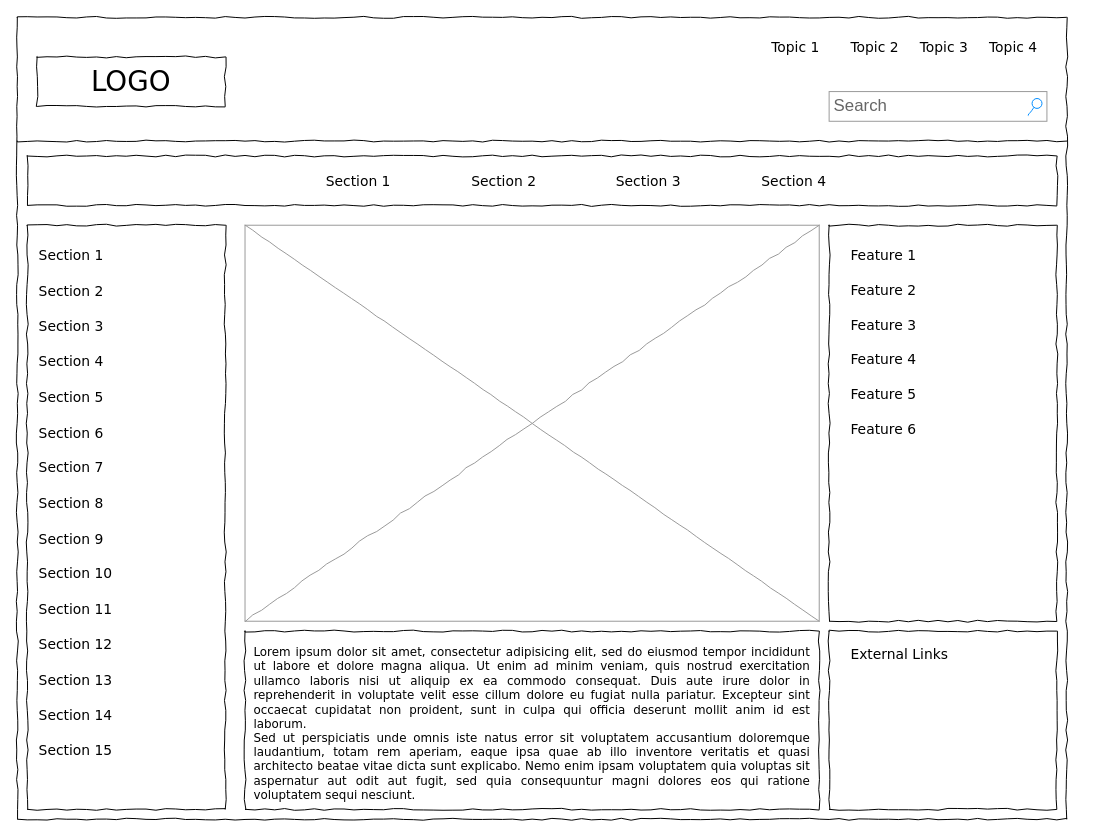
mattwatts36/drawings keeps this draw.io diagram as Untitled Diagram.drawio. Above is the earlier version. Source tidied: cells renumbered, new cells numbered last; positions are measured from the earlier drawing's top-left corner, leaving out a move shared by most shapes. Both pictures are drawn from the tidied source at 99%, with x=0, y=0 at pixel (17, 17).
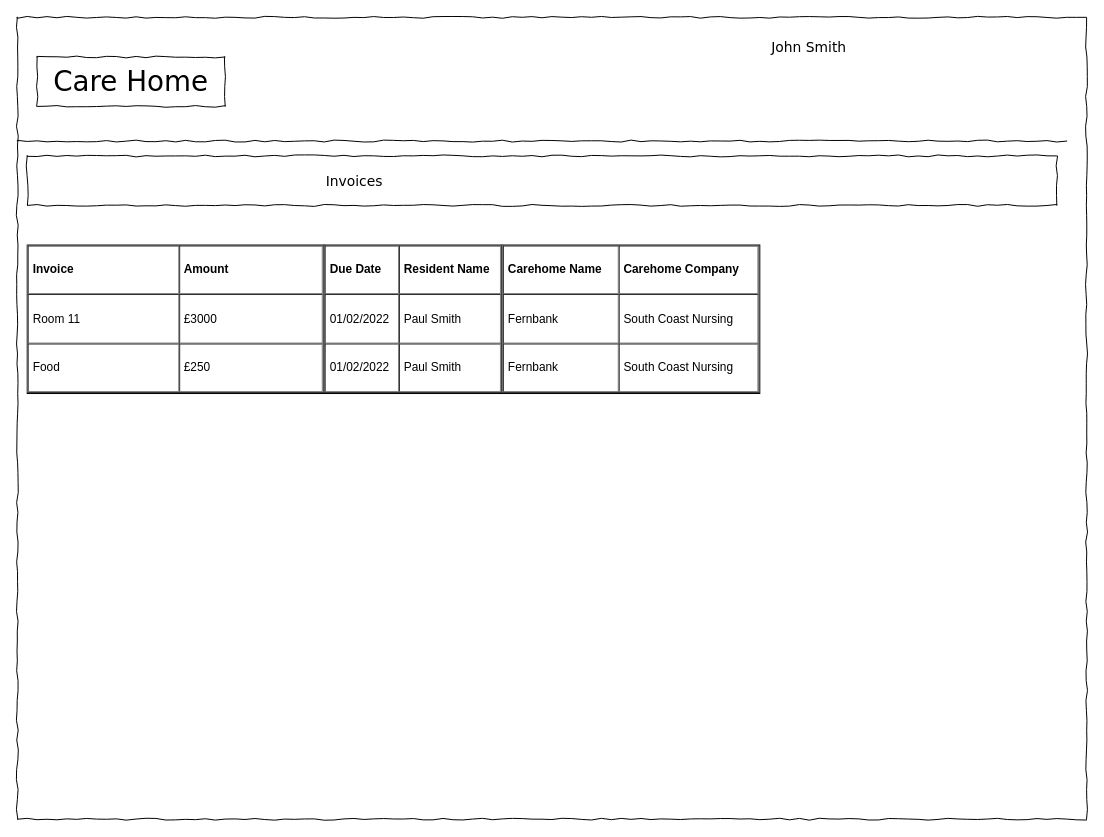
Above is the later version.

Commit message:
Demo Screen for invoices

Diff of the diagram source:
```diff
@@
     <mxCell id="2" style="whiteSpace=wrap;html=1;rounded=0;shadow=0;labelBackgroundColor=none;strokeColor=#000000;strokeWidth=1;fillColor=none;fontFamily=Verdana;fontSize=12;fontColor=#000000;align=center;comic=1;" parent="1" vertex="1">
-      <mxGeometry width="1060" height="810" as="geometry" />
+      <mxGeometry width="1080" height="810" as="geometry" />
     </mxCell>
-    <mxCell id="3" value="LOGO" style="whiteSpace=wrap;html=1;rounded=0;shadow=0;labelBackgroundColor=none;strokeWidth=1;fontFamily=Verdana;fontSize=28;align=center;comic=1;" parent="1" vertex="1">
+    <mxCell id="3" value="Care Home" style="whiteSpace=wrap;html=1;rounded=0;shadow=0;labelBackgroundColor=none;strokeWidth=1;fontFamily=Verdana;fontSize=28;align=center;comic=1;" parent="1" vertex="1">
       <mxGeometry x="20" y="40" width="190" height="50" as="geometry" />
     </mxCell>
-    <mxCell id="4" value="Search" style="strokeWidth=1;shadow=0;dashed=0;align=center;html=1;shape=mxgraph.mockup.forms.searchBox;strokeColor=#999999;mainText=;strokeColor2=#008cff;fontColor=#666666;fontSize=17;align=left;spacingLeft=3;rounded=0;labelBackgroundColor=none;comic=1;" parent="1" vertex="1">
-      <mxGeometry x="820" y="75" width="220" height="30" as="geometry" />
-    </mxCell>
-    <mxCell id="5" value="Topic 1" style="text;html=1;align=left;verticalAlign=top;spacingTop=-4;fontSize=14;fontFamily=Verdana;" parent="1" vertex="1">
+    <mxCell id="5" value="John Smith" style="text;html=1;align=left;verticalAlign=top;spacingTop=-4;fontSize=14;fontFamily=Verdana;" parent="1" vertex="1">
       <mxGeometry x="760" y="20" width="60" height="20" as="geometry" />
     </mxCell>
-    <mxCell id="6" value="Topic 2" style="text;html=1;align=left;verticalAlign=top;spacingTop=-4;fontSize=14;fontFamily=Verdana;" parent="1" vertex="1">
-      <mxGeometry x="840" y="20" width="60" height="20" as="geometry" />
-    </mxCell>
-    <mxCell id="7" value="Topic 3" style="text;html=1;align=left;verticalAlign=top;spacingTop=-4;fontSize=14;fontFamily=Verdana;" parent="1" vertex="1">
-      <mxGeometry x="910" y="20" width="60" height="20" as="geometry" />
-    </mxCell>
-    <mxCell id="8" value="Topic 4" style="text;html=1;align=left;verticalAlign=top;spacingTop=-4;fontSize=14;fontFamily=Verdana;" parent="1" vertex="1">
-      <mxGeometry x="980" y="20" width="60" height="20" as="geometry" />
-    </mxCell>
-    <mxCell id="9" style="whiteSpace=wrap;html=1;rounded=0;shadow=0;labelBackgroundColor=none;strokeWidth=1;fillColor=none;fontFamily=Verdana;fontSize=12;align=center;comic=1;" parent="1" vertex="1">
-      <mxGeometry x="10" y="210" width="200" height="590" as="geometry" />
-    </mxCell>
@@
-    <mxCell id="12" value="Section 1" style="text;html=1;align=left;verticalAlign=top;spacingTop=-4;fontSize=14;fontFamily=Verdana;" parent="1" vertex="1">
+    <mxCell id="12" value="Invoices" style="text;html=1;align=left;verticalAlign=top;spacingTop=-4;fontSize=14;fontFamily=Verdana;" parent="1" vertex="1">
       <mxGeometry x="310" y="155" width="60" height="20" as="geometry" />
     </mxCell>
-    <mxCell id="13" value="Section 2" style="text;html=1;align=left;verticalAlign=top;spacingTop=-4;fontSize=14;fontFamily=Verdana;" parent="1" vertex="1">
-      <mxGeometry x="457" y="155" width="60" height="20" as="geometry" />
-    </mxCell>
-    <mxCell id="14" value="Section 3" style="text;html=1;align=left;verticalAlign=top;spacingTop=-4;fontSize=14;fontFamily=Verdana;" parent="1" vertex="1">
-      <mxGeometry x="603" y="155" width="60" height="20" as="geometry" />
-    </mxCell>
-    <mxCell id="15" value="Section 4" style="text;html=1;align=left;verticalAlign=top;spacingTop=-4;fontSize=14;fontFamily=Verdana;" parent="1" vertex="1">
-      <mxGeometry x="750" y="155" width="60" height="20" as="geometry" />
-    </mxCell>
-    <mxCell id="16" value="&lt;div style=&quot;text-align: justify&quot;&gt;&lt;span&gt;Lorem ipsum dolor sit amet, consectetur adipisicing elit, sed do eiusmod tempor incididunt ut labore et dolore magna aliqua. Ut enim ad minim veniam, quis nostrud exercitation ullamco laboris nisi ut aliquip ex ea commodo consequat. Duis aute irure dolor in reprehenderit in voluptate velit esse cillum dolore eu fugiat nulla pariatur. Excepteur sint occaecat cupidatat non proident, sunt in culpa qui officia deserunt mollit anim id est laborum.&lt;/span&gt;&lt;/div&gt;&lt;div style=&quot;text-align: justify&quot;&gt;&lt;span&gt;Sed ut perspiciatis unde omnis iste natus error sit voluptatem accusantium doloremque laudantium, totam rem aperiam, eaque ipsa quae ab illo inventore veritatis et quasi architecto beatae vitae dicta sunt explicabo. Nemo enim ipsam voluptatem quia voluptas sit aspernatur aut odit aut fugit, sed quia consequuntur magni dolores eos qui ratione voluptatem sequi nesciunt.&amp;nbsp;&lt;/span&gt;&lt;/div&gt;" style="whiteSpace=wrap;html=1;rounded=0;shadow=0;labelBackgroundColor=none;strokeWidth=1;fillColor=none;fontFamily=Verdana;fontSize=12;align=center;verticalAlign=top;spacing=10;comic=1;" parent="1" vertex="1">
-      <mxGeometry x="230" y="620" width="580" height="180" as="geometry" />
-    </mxCell>
-    <mxCell id="17" style="verticalLabelPosition=bottom;shadow=0;dashed=0;align=center;html=1;verticalAlign=top;strokeWidth=1;shape=mxgraph.mockup.graphics.simpleIcon;strokeColor=#999999;rounded=0;labelBackgroundColor=none;fontFamily=Verdana;fontSize=14;fontColor=#000000;comic=1;" parent="1" vertex="1">
-      <mxGeometry x="230" y="210" width="580" height="400" as="geometry" />
-    </mxCell>
-    <mxCell id="18" style="whiteSpace=wrap;html=1;rounded=0;shadow=0;labelBackgroundColor=none;strokeWidth=1;fillColor=none;fontFamily=Verdana;fontSize=12;align=center;comic=1;" parent="1" vertex="1">
-      <mxGeometry x="820" y="210" width="230" height="400" as="geometry" />
-    </mxCell>
-    <mxCell id="19" style="whiteSpace=wrap;html=1;rounded=0;shadow=0;labelBackgroundColor=none;strokeWidth=1;fillColor=none;fontFamily=Verdana;fontSize=12;align=center;comic=1;" parent="1" vertex="1">
-      <mxGeometry x="820" y="620" width="230" height="180" as="geometry" />
-    </mxCell>
-    <mxCell id="20" value="Section 1" style="text;html=1;align=left;verticalAlign=top;spacingTop=-4;fontSize=14;fontFamily=Verdana;" parent="1" vertex="1">
-      <mxGeometry x="20" y="230" width="170" height="20" as="geometry" />
-    </mxCell>
-    <mxCell id="21" value="Section 2" style="text;html=1;align=left;verticalAlign=top;spacingTop=-4;fontSize=14;fontFamily=Verdana;" parent="1" vertex="1">
-      <mxGeometry x="20" y="266" width="170" height="20" as="geometry" />
-    </mxCell>
-    <mxCell id="22" value="Section 3" style="text;html=1;align=left;verticalAlign=top;spacingTop=-4;fontSize=14;fontFamily=Verdana;" parent="1" vertex="1">
-      <mxGeometry x="20" y="301" width="170" height="20" as="geometry" />
-    </mxCell>
-    <mxCell id="23" value="Section 4" style="text;html=1;align=left;verticalAlign=top;spacingTop=-4;fontSize=14;fontFamily=Verdana;" parent="1" vertex="1">
-      <mxGeometry x="20" y="337" width="170" height="20" as="geometry" />
-    </mxCell>
-    <mxCell id="24" value="Section 7" style="text;html=1;align=left;verticalAlign=top;spacingTop=-4;fontSize=14;fontFamily=Verdana;" parent="1" vertex="1">
-      <mxGeometry x="20" y="444" width="170" height="20" as="geometry" />
-    </mxCell>
-    <mxCell id="25" value="Section 8" style="text;html=1;align=left;verticalAlign=top;spacingTop=-4;fontSize=14;fontFamily=Verdana;" parent="1" vertex="1">
-      <mxGeometry x="20" y="480" width="170" height="20" as="geometry" />
-    </mxCell>
-    <mxCell id="26" value="Section 9" style="text;html=1;align=left;verticalAlign=top;spacingTop=-4;fontSize=14;fontFamily=Verdana;" parent="1" vertex="1">
-      <mxGeometry x="20" y="516" width="170" height="20" as="geometry" />
-    </mxCell>
-    <mxCell id="27" value="Section 10" style="text;html=1;align=left;verticalAlign=top;spacingTop=-4;fontSize=14;fontFamily=Verdana;" parent="1" vertex="1">
-      <mxGeometry x="20" y="551" width="170" height="20" as="geometry" />
-    </mxCell>
-    <mxCell id="28" value="Section 11" style="text;html=1;align=left;verticalAlign=top;spacingTop=-4;fontSize=14;fontFamily=Verdana;" parent="1" vertex="1">
-      <mxGeometry x="20" y="587" width="170" height="20" as="geometry" />
-    </mxCell>
-    <mxCell id="29" value="Section 12" style="text;html=1;align=left;verticalAlign=top;spacingTop=-4;fontSize=14;fontFamily=Verdana;" parent="1" vertex="1">
-      <mxGeometry x="20" y="623" width="170" height="20" as="geometry" />
-    </mxCell>
-    <mxCell id="30" value="Section 13" style="text;html=1;align=left;verticalAlign=top;spacingTop=-4;fontSize=14;fontFamily=Verdana;" parent="1" vertex="1">
-      <mxGeometry x="20" y="659" width="170" height="20" as="geometry" />
-    </mxCell>
-    <mxCell id="31" value="Section 14" style="text;html=1;align=left;verticalAlign=top;spacingTop=-4;fontSize=14;fontFamily=Verdana;" parent="1" vertex="1">
-      <mxGeometry x="20" y="694" width="170" height="20" as="geometry" />
-    </mxCell>
-    <mxCell id="32" value="Section 5" style="text;html=1;align=left;verticalAlign=top;spacingTop=-4;fontSize=14;fontFamily=Verdana;" parent="1" vertex="1">
-      <mxGeometry x="20" y="373" width="170" height="20" as="geometry" />
-    </mxCell>
-    <mxCell id="33" value="Section 6" style="text;html=1;align=left;verticalAlign=top;spacingTop=-4;fontSize=14;fontFamily=Verdana;" parent="1" vertex="1">
-      <mxGeometry x="20" y="409" width="170" height="20" as="geometry" />
-    </mxCell>
-    <mxCell id="34" value="Section 15" style="text;html=1;align=left;verticalAlign=top;spacingTop=-4;fontSize=14;fontFamily=Verdana;" parent="1" vertex="1">
-      <mxGeometry x="20" y="730" width="170" height="20" as="geometry" />
-    </mxCell>
-    <mxCell id="35" value="External Links" style="text;html=1;align=left;verticalAlign=top;spacingTop=-4;fontSize=14;fontFamily=Verdana;" parent="1" vertex="1">
-      <mxGeometry x="840" y="633" width="170" height="20" as="geometry" />
-    </mxCell>
-    <mxCell id="36" value="Feature 1" style="text;html=1;align=left;verticalAlign=top;spacingTop=-4;fontSize=14;fontFamily=Verdana;" parent="1" vertex="1">
-      <mxGeometry x="840" y="230" width="170" height="20" as="geometry" />
-    </mxCell>
-    <mxCell id="37" value="Feature 2" style="text;html=1;align=left;verticalAlign=top;spacingTop=-4;fontSize=14;fontFamily=Verdana;" parent="1" vertex="1">
-      <mxGeometry x="840" y="265" width="170" height="20" as="geometry" />
-    </mxCell>
-    <mxCell id="38" value="Feature 3" style="text;html=1;align=left;verticalAlign=top;spacingTop=-4;fontSize=14;fontFamily=Verdana;" parent="1" vertex="1">
-      <mxGeometry x="840" y="300" width="170" height="20" as="geometry" />
-    </mxCell>
-    <mxCell id="39" value="Feature 4" style="text;html=1;align=left;verticalAlign=top;spacingTop=-4;fontSize=14;fontFamily=Verdana;" parent="1" vertex="1">
-      <mxGeometry x="840" y="335" width="170" height="20" as="geometry" />
-    </mxCell>
-    <mxCell id="40" value="Feature 5" style="text;html=1;align=left;verticalAlign=top;spacingTop=-4;fontSize=14;fontFamily=Verdana;" parent="1" vertex="1">
-      <mxGeometry x="840" y="370" width="170" height="20" as="geometry" />
-    </mxCell>
-    <mxCell id="41" value="Feature 6" style="text;html=1;align=left;verticalAlign=top;spacingTop=-4;fontSize=14;fontFamily=Verdana;" parent="1" vertex="1">
-      <mxGeometry x="840" y="405" width="170" height="20" as="geometry" />
-    </mxCell>
+    <mxCell id="42" value="&lt;table cellpadding=&quot;4&quot; cellspacing=&quot;0&quot; border=&quot;1&quot; style=&quot;font-size: 1em ; width: 100% ; height: 100%&quot;&gt;&lt;tbody&gt;&lt;tr&gt;&lt;th&gt;Invoice&lt;span style=&quot;white-space: pre&quot;&gt; &lt;span style=&quot;white-space: pre&quot;&gt; &lt;/span&gt;&lt;/span&gt;&lt;/th&gt;&lt;th&gt;Amount&lt;/th&gt;&lt;/tr&gt;&lt;tr&gt;&lt;td&gt;Room 11&lt;/td&gt;&lt;td&gt;£3000&lt;/td&gt;&lt;/tr&gt;&lt;tr&gt;&lt;td&gt;Food&lt;span style=&quot;white-space: pre&quot;&gt; &lt;/span&gt;&lt;br&gt;&lt;/td&gt;&lt;td&gt;£250&lt;/td&gt;&lt;/tr&gt;&lt;/tbody&gt;&lt;/table&gt; " style="verticalAlign=top;align=left;overflow=fill;fontSize=12;fontFamily=Helvetica;html=1;" parent="1" vertex="1">
+      <mxGeometry x="10" y="230" width="300" height="150" as="geometry" />
+    </mxCell>
+    <mxCell id="43" value="&lt;table cellpadding=&quot;4&quot; cellspacing=&quot;0&quot; border=&quot;1&quot; style=&quot;font-size: 1em ; width: 100% ; height: 100%&quot;&gt;&lt;tbody&gt;&lt;tr&gt;&lt;th&gt;Due Date&lt;/th&gt;&lt;th&gt;Resident Name&lt;/th&gt;&lt;/tr&gt;&lt;tr&gt;&lt;td&gt;01/02/2022&lt;/td&gt;&lt;td&gt;Paul Smith&lt;/td&gt;&lt;/tr&gt;&lt;tr&gt;&lt;td&gt;01/02/2022&lt;br&gt;&lt;/td&gt;&lt;td&gt;Paul Smith&lt;/td&gt;&lt;/tr&gt;&lt;/tbody&gt;&lt;/table&gt; " style="verticalAlign=top;align=left;overflow=fill;fontSize=12;fontFamily=Helvetica;html=1;" parent="1" vertex="1">
+      <mxGeometry x="310" y="230" width="180" height="150" as="geometry" />
+    </mxCell>
+    <mxCell id="44" value="&lt;table cellpadding=&quot;4&quot; cellspacing=&quot;0&quot; border=&quot;1&quot; style=&quot;font-size: 1em ; width: 100% ; height: 100%&quot;&gt;&lt;tbody&gt;&lt;tr&gt;&lt;th&gt;Carehome Name&lt;/th&gt;&lt;th&gt;Carehome Company&lt;/th&gt;&lt;/tr&gt;&lt;tr&gt;&lt;td&gt;Fernbank&lt;/td&gt;&lt;td&gt;South Coast Nursing&lt;/td&gt;&lt;/tr&gt;&lt;tr&gt;&lt;td&gt;Fernbank&lt;br&gt;&lt;/td&gt;&lt;td&gt;South Coast Nursing&lt;/td&gt;&lt;/tr&gt;&lt;/tbody&gt;&lt;/table&gt; " style="verticalAlign=top;align=left;overflow=fill;fontSize=12;fontFamily=Helvetica;html=1;" parent="1" vertex="1">
+      <mxGeometry x="490" y="230" width="260" height="150" as="geometry" />
+    </mxCell>
```
